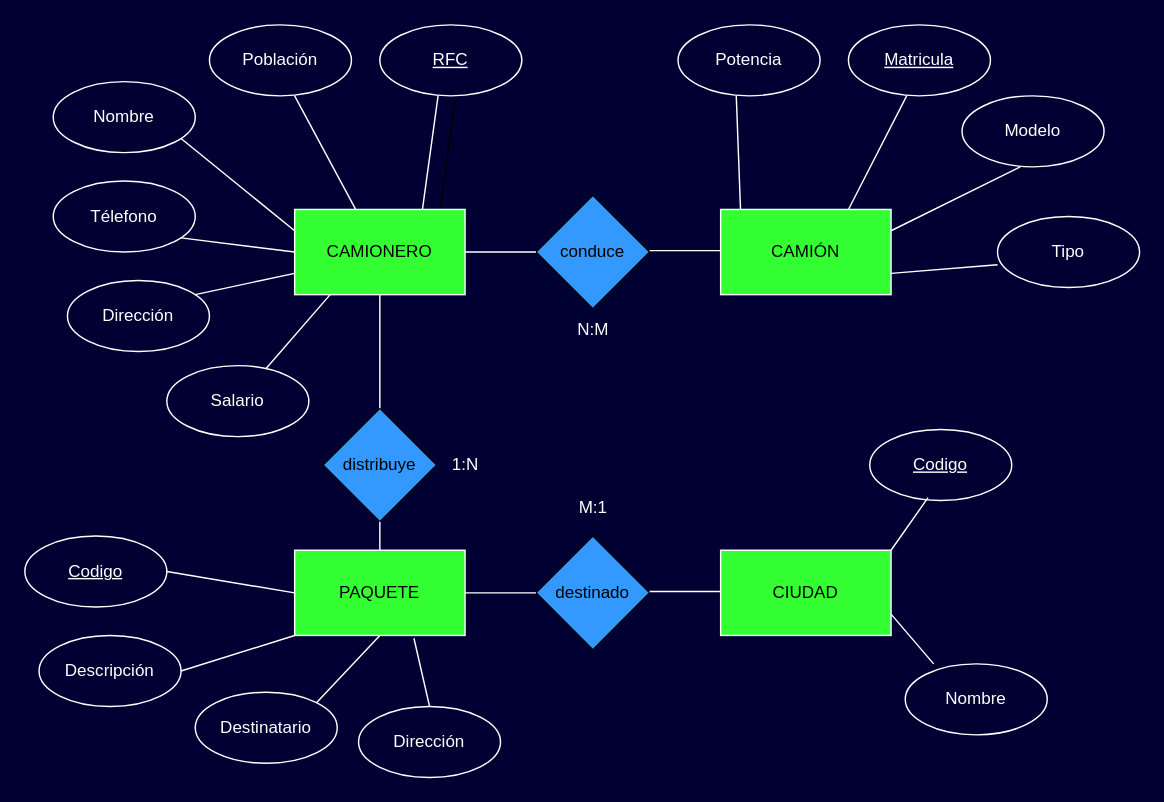
The draw.io diagram Diagrama sin título.drawio in RodrigoAvendano/Diagramas, before the edit. Source tidied: cells renumbered, new cells numbered last; positions are measured from the earlier drawing's top-left corner, leaving out a move shared by most shapes. Both pictures are drawn from the tidied source at 142%, with x=0, y=0 at pixel (24, 24).
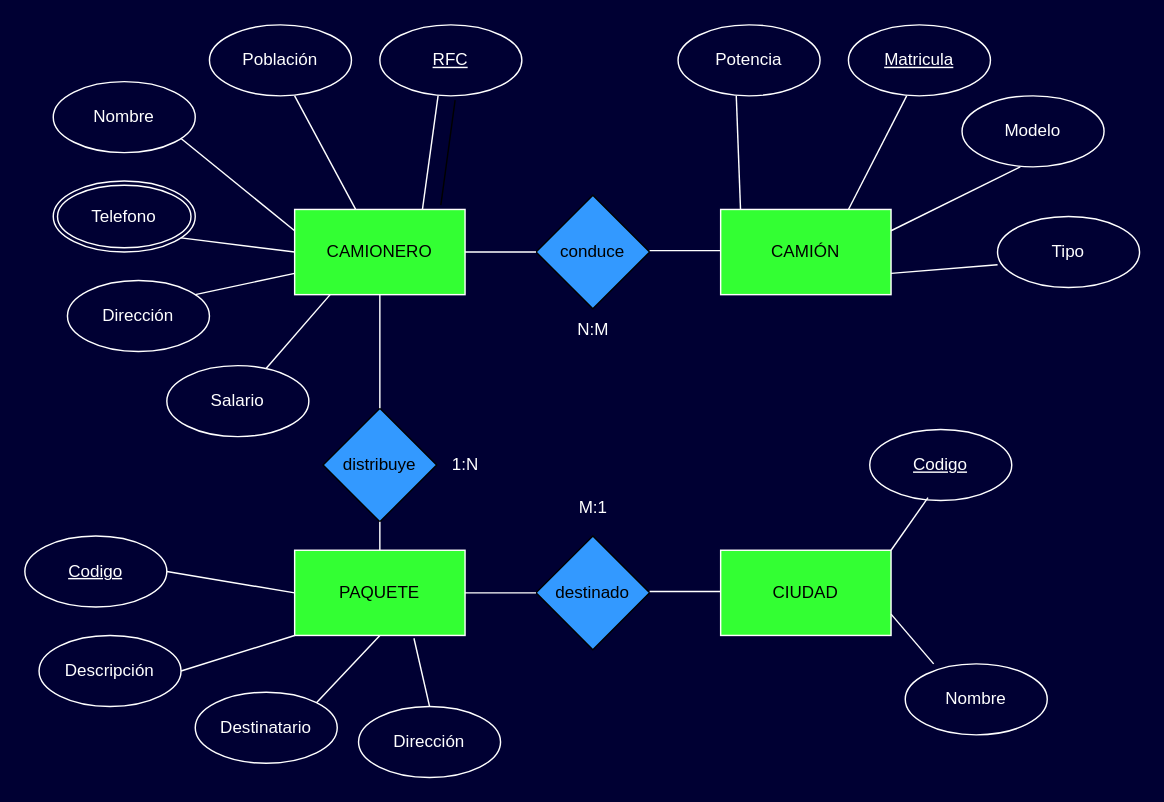
Above is the later version.

What changed in the source:
```diff
@@
-    <mxCell id="7" value="Télefono" style="ellipse;whiteSpace=wrap;html=1;fillColor=#000033;fontColor=#FFFFFF;strokeColor=#FFFFFF;" parent="1" vertex="1">
-      <mxGeometry x="20" y="110" width="100" height="50" as="geometry" />
-    </mxCell>
@@
+    <mxCell id="51" value="Telefono" style="ellipse;shape=doubleEllipse;margin=3;whiteSpace=wrap;html=1;align=center;fillColor=#000033;fontColor=#FFFFFF;strokeColor=#FFFFFF;" parent="1" vertex="1">
+      <mxGeometry x="20" y="110" width="100" height="50" as="geometry" />
+    </mxCell>
```
